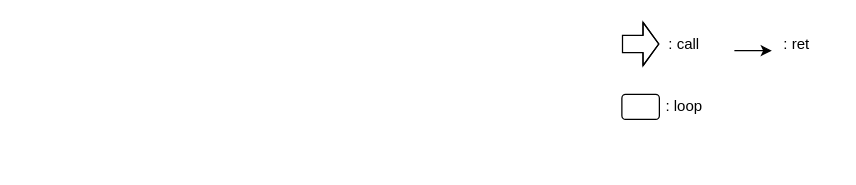
Earlier version of the draw.io diagram GA/set_rank.drawio (fr0g2s/p). Source tidied: cells renumbered, new cells numbered last; positions are measured from the earlier drawing's top-left corner, leaving out a move shared by most shapes. Both pictures are drawn from the tidied source at 125%, with x=0, y=0 at pixel (621, 25).
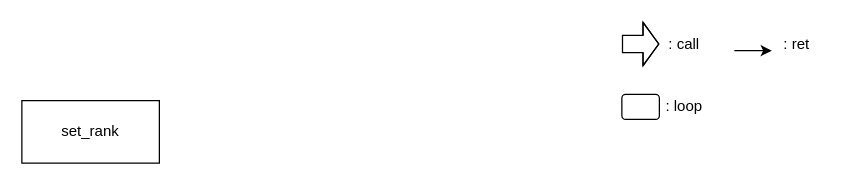
Above is the later version.

The edit, as a diff of the source:
```diff
@@
 <mxGraphModel>
   <root>
     <mxCell id="0" />
     <mxCell id="1" parent="0" />
     <mxCell id="2" style="shape=flexArrow;endArrow=classic;html=1;rounded=0;strokeWidth=1;edgeStyle=orthogonalEdgeStyle;width=13.714285714285714;endSize=3.8628571428571425;" parent="1" edge="1">
       <mxGeometry relative="1" as="geometry">
         <mxPoint y="14.7" as="sourcePoint" />
         <mxPoint x="30" y="14.7" as="targetPoint" />
         <Array as="points">
           <mxPoint x="10" y="15" />
           <mxPoint x="10" y="15" />
         </Array>
       </mxGeometry>
     </mxCell>
     <mxCell id="3" value=": call" style="text;html=1;strokeColor=none;fillColor=none;align=center;verticalAlign=middle;whiteSpace=wrap;rounded=0;" parent="1" vertex="1">
       <mxGeometry x="20" width="60" height="30" as="geometry" />
     </mxCell>
     <mxCell id="4" style="endArrow=classic;html=1;rounded=0;strokeWidth=1;edgeStyle=orthogonalEdgeStyle;" parent="1" edge="1">
       <mxGeometry relative="1" as="geometry">
         <mxPoint x="90" y="20" as="sourcePoint" />
         <mxPoint x="120" y="20" as="targetPoint" />
       </mxGeometry>
     </mxCell>
     <mxCell id="5" value=": ret" style="text;html=1;strokeColor=none;fillColor=none;align=center;verticalAlign=middle;whiteSpace=wrap;rounded=0;" parent="1" vertex="1">
       <mxGeometry x="110" width="60" height="30" as="geometry" />
     </mxCell>
     <mxCell id="6" style="rounded=1;whiteSpace=wrap;html=1;fillColor=none;strokeColor=default;shadow=0;sketch=0;glass=1;" parent="1" vertex="1">
       <mxGeometry y="55" width="30" height="20" as="geometry" />
     </mxCell>
     <mxCell id="7" value=": loop" style="text;html=1;strokeColor=none;fillColor=none;align=center;verticalAlign=middle;whiteSpace=wrap;rounded=0;" parent="1" vertex="1">
       <mxGeometry x="20" y="50" width="60" height="30" as="geometry" />
     </mxCell>
+    <mxCell id="8" value="set_rank" style="rounded=0;whiteSpace=wrap;html=1;" parent="1" vertex="1">
+      <mxGeometry x="-480" y="60" width="110" height="50" as="geometry" />
+    </mxCell>
   </root>
 </mxGraphModel>
```
